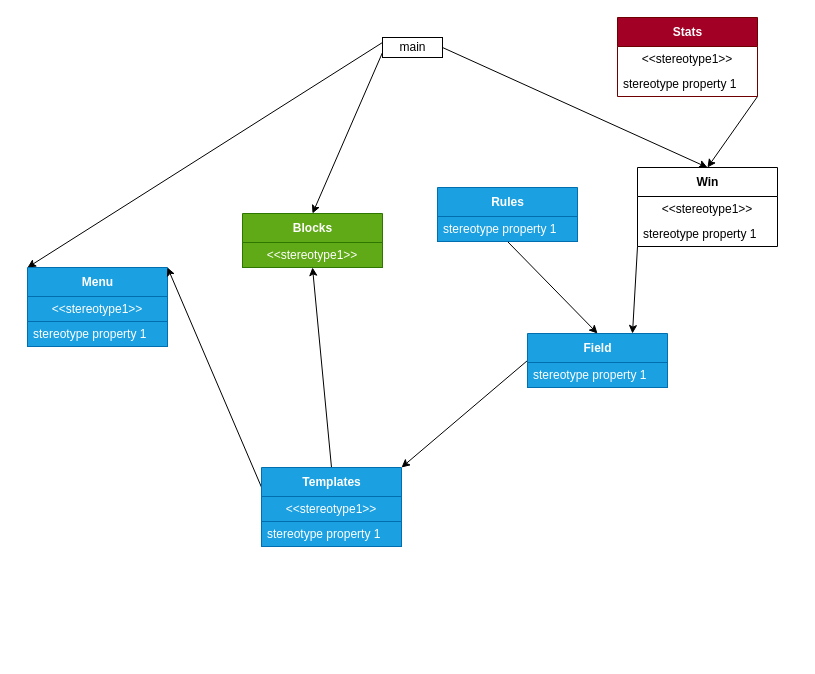
Earlier version of the draw.io diagram UML/uml.drawio (lucaladerer/MondrianBlocksProject). Source tidied: cells renumbered, new cells numbered last; positions are measured from the earlier drawing's top-left corner, leaving out a move shared by most shapes. Both pictures are drawn from the tidied source at 100%, with x=0, y=0 at pixel (27, 17).
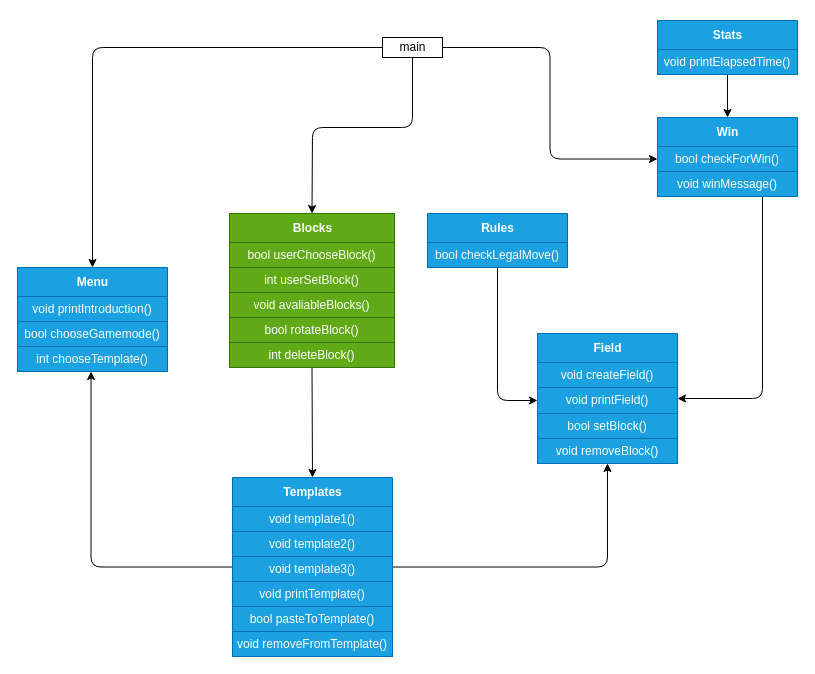
The same page after the edit.

Unchanged cells that the change refers to:
```xml
<mxCell id="4" value="main" style="html=1;" parent="1" vertex="1">
  <mxGeometry x="355" y="20" width="60" height="20" as="geometry" />
</mxCell>
```

Change to the diagram source:
```diff
@@
-    <mxCell id="2" style="edgeStyle=none;html=1;exitX=1;exitY=0.5;exitDx=0;exitDy=0;entryX=0.5;entryY=0;entryDx=0;entryDy=0;" parent="1" edge="1" source="4" target="15">
-      <mxGeometry relative="1" as="geometry" />
-    </mxCell>
-    <mxCell id="3" style="edgeStyle=none;html=1;exitX=0;exitY=0.25;exitDx=0;exitDy=0;entryX=0;entryY=0;entryDx=0;entryDy=0;" parent="1" edge="1" source="4" target="8">
+    <mxCell id="3" style="edgeStyle=orthogonalEdgeStyle;html=1;exitX=0;exitY=0.5;exitDx=0;exitDy=0;" parent="1" edge="1" source="4" target="8">
       <mxGeometry relative="1" as="geometry" />
     </mxCell>
+    <mxCell id="30" style="edgeStyle=orthogonalEdgeStyle;html=1;exitX=1;exitY=0.5;exitDx=0;exitDy=0;entryX=0;entryY=0.5;entryDx=0;entryDy=0;" parent="1" edge="1" source="4" target="48">
+      <mxGeometry relative="1" as="geometry" />
+    </mxCell>
@@
-    <mxCell id="5" style="edgeStyle=none;html=1;exitX=0;exitY=0.5;exitDx=0;exitDy=0;entryX=1;entryY=0;entryDx=0;entryDy=0;" parent="1" edge="1" source="6" target="20">
-      <mxGeometry relative="1" as="geometry" />
-    </mxCell>
     <mxCell id="6" value="Field" style="swimlane;fontStyle=1;align=center;verticalAlign=middle;horizontal=1;startSize=29;html=1;fillColor=#1ba1e2;fontColor=#ffffff;strokeColor=#006EAF;" parent="1" vertex="1">
-      <mxGeometry x="500" y="316" width="140" height="54" as="geometry" />
+      <mxGeometry x="510" y="316" width="140" height="130" as="geometry" />
     </mxCell>
-    <mxCell id="7" value="stereotype property 1" style="text;html=1;strokeColor=#006EAF;fillColor=#1ba1e2;align=left;verticalAlign=middle;spacingLeft=4;spacingRight=4;overflow=hidden;fontColor=#ffffff;" parent="6" vertex="1">
+    <mxCell id="7" value="void&amp;nbsp;createField()" style="text;html=1;strokeColor=#006EAF;fillColor=#1ba1e2;align=center;verticalAlign=middle;spacingLeft=4;spacingRight=4;overflow=hidden;fontColor=#ffffff;" parent="6" vertex="1">
       <mxGeometry y="29" width="140" height="25" as="geometry" />
     </mxCell>
+    <mxCell id="31" value="void&amp;nbsp;printField()" style="text;html=1;strokeColor=#006EAF;fillColor=#1ba1e2;align=center;verticalAlign=middle;spacingLeft=4;spacingRight=4;overflow=hidden;points=[[0,0.5],[1,0.5]];portConstraint=eastwest;fontColor=#ffffff;" parent="6" vertex="1">
+      <mxGeometry y="54" width="140" height="26" as="geometry" />
+    </mxCell>
+    <mxCell id="32" value="bool setBlock()" style="text;html=1;strokeColor=#006EAF;fillColor=#1ba1e2;align=center;verticalAlign=middle;spacingLeft=4;spacingRight=4;overflow=hidden;fontColor=#ffffff;" parent="6" vertex="1">
+      <mxGeometry y="80" width="140" height="25" as="geometry" />
+    </mxCell>
+    <mxCell id="33" value="void removeBlock()" style="text;html=1;strokeColor=#006EAF;fillColor=#1ba1e2;align=center;verticalAlign=middle;spacingLeft=4;spacingRight=4;overflow=hidden;fontColor=#ffffff;" parent="6" vertex="1">
+      <mxGeometry y="105" width="140" height="25" as="geometry" />
+    </mxCell>
     <mxCell id="8" value="Menu" style="swimlane;fontStyle=1;align=center;verticalAlign=middle;horizontal=1;startSize=29;html=1;fillColor=#1ba1e2;fontColor=#ffffff;strokeColor=#006EAF;" parent="1" vertex="1">
-      <mxGeometry y="250" width="140" height="79" as="geometry" />
+      <mxGeometry x="-10" y="250" width="150" height="104" as="geometry" />
     </mxCell>
-    <mxCell id="9" value="&amp;lt;&amp;lt;stereotype1&amp;gt;&amp;gt;" style="text;html=1;strokeColor=#006EAF;fillColor=#1ba1e2;align=center;verticalAlign=middle;spacingLeft=4;spacingRight=4;overflow=hidden;fontColor=#ffffff;" parent="8" vertex="1">
-      <mxGeometry y="29" width="140" height="25" as="geometry" />
+    <mxCell id="9" value="void&amp;nbsp;printIntroduction()" style="text;html=1;strokeColor=#006EAF;fillColor=#1ba1e2;align=center;verticalAlign=middle;spacingLeft=4;spacingRight=4;overflow=hidden;fontColor=#ffffff;" parent="8" vertex="1">
+      <mxGeometry y="29" width="150" height="25" as="geometry" />
     </mxCell>
-    <mxCell id="10" value="stereotype property 1" style="text;html=1;strokeColor=#006EAF;fillColor=#1ba1e2;align=left;verticalAlign=middle;spacingLeft=4;spacingRight=4;overflow=hidden;fontColor=#ffffff;" parent="8" vertex="1">
-      <mxGeometry y="54" width="140" height="25" as="geometry" />
+    <mxCell id="10" value="bool chooseGamemode()" style="text;html=1;strokeColor=#006EAF;fillColor=#1ba1e2;align=center;verticalAlign=middle;spacingLeft=4;spacingRight=4;overflow=hidden;fontColor=#ffffff;" parent="8" vertex="1">
+      <mxGeometry y="54" width="150" height="25" as="geometry" />
     </mxCell>
+    <mxCell id="34" value="int chooseTemplate()" style="text;html=1;strokeColor=#006EAF;fillColor=#1ba1e2;align=center;verticalAlign=middle;spacingLeft=4;spacingRight=4;overflow=hidden;points=[[0,0.5],[1,0.5]];portConstraint=eastwest;fontColor=#ffffff;" parent="8" vertex="1">
+      <mxGeometry y="79" width="150" height="25" as="geometry" />
+    </mxCell>
+    <mxCell id="35" style="edgeStyle=none;html=1;exitX=0.5;exitY=1;exitDx=0;exitDy=0;entryX=0.5;entryY=0;entryDx=0;entryDy=0;" parent="1" edge="1" source="11" target="20">
+      <mxGeometry relative="1" as="geometry" />
+    </mxCell>
     <mxCell id="11" value="Blocks" style="swimlane;fontStyle=1;align=center;verticalAlign=middle;horizontal=1;startSize=29;html=1;fillColor=#60a917;fontColor=#ffffff;strokeColor=#2D7600;" parent="1" vertex="1">
-      <mxGeometry x="215" y="196" width="140" height="54" as="geometry" />
+      <mxGeometry x="202" y="196" width="165" height="154" as="geometry" />
     </mxCell>
-    <mxCell id="12" value="&amp;lt;&amp;lt;stereotype1&amp;gt;&amp;gt;" style="text;html=1;strokeColor=#2D7600;fillColor=#60a917;align=center;verticalAlign=middle;spacingLeft=4;spacingRight=4;overflow=hidden;fontColor=#ffffff;" parent="11" vertex="1">
-      <mxGeometry y="29" width="140" height="25" as="geometry" />
+    <mxCell id="12" value="bool userChooseBlock()" style="text;html=1;strokeColor=#2D7600;fillColor=#60a917;align=center;verticalAlign=middle;spacingLeft=4;spacingRight=4;overflow=hidden;fontColor=#ffffff;" parent="11" vertex="1">
+      <mxGeometry y="29" width="165" height="25" as="geometry" />
     </mxCell>
+    <mxCell id="36" value="int userSetBlock()" style="text;html=1;strokeColor=#2D7600;fillColor=#60a917;align=center;verticalAlign=middle;spacingLeft=4;spacingRight=4;overflow=hidden;fontColor=#ffffff;" parent="11" vertex="1">
+      <mxGeometry y="54" width="165" height="25" as="geometry" />
+    </mxCell>
+    <mxCell id="37" value="void&amp;nbsp;avaliableBlocks()" style="text;html=1;strokeColor=#2D7600;fillColor=#60a917;align=center;verticalAlign=middle;spacingLeft=4;spacingRight=4;overflow=hidden;fontColor=#ffffff;" parent="11" vertex="1">
+      <mxGeometry y="79" width="165" height="25" as="geometry" />
+    </mxCell>
+    <mxCell id="38" value="bool rotateBlock()" style="text;html=1;strokeColor=#2D7600;fillColor=#60a917;align=center;verticalAlign=middle;spacingLeft=4;spacingRight=4;overflow=hidden;fontColor=#ffffff;" parent="11" vertex="1">
+      <mxGeometry y="104" width="165" height="25" as="geometry" />
+    </mxCell>
+    <mxCell id="39" value="int deleteBlock()" style="text;html=1;strokeColor=#2D7600;fillColor=#60a917;align=center;verticalAlign=middle;spacingLeft=4;spacingRight=4;overflow=hidden;fontColor=#ffffff;" parent="11" vertex="1">
+      <mxGeometry y="129" width="165" height="25" as="geometry" />
+    </mxCell>
-    <mxCell id="13" style="edgeStyle=none;html=1;exitX=0;exitY=0.75;exitDx=0;exitDy=0;entryX=0.5;entryY=0;entryDx=0;entryDy=0;" parent="1" edge="1" source="4" target="11">
-      <mxGeometry relative="1" as="geometry" />
+    <mxCell id="13" style="edgeStyle=none;html=1;entryX=0.5;entryY=0;entryDx=0;entryDy=0;exitX=0.5;exitY=1;exitDx=0;exitDy=0;" parent="1" edge="1" source="4" target="11">
+      <mxGeometry relative="1" as="geometry">
+        <Array as="points">
+          <mxPoint x="385" y="110" />
+          <mxPoint x="285" y="110" />
+        </Array>
+      </mxGeometry>
     </mxCell>
-    <mxCell id="14" style="edgeStyle=none;html=1;exitX=0;exitY=1;exitDx=0;exitDy=0;entryX=0.75;entryY=0;entryDx=0;entryDy=0;" parent="1" edge="1" source="15" target="6">
-      <mxGeometry relative="1" as="geometry" />
-    </mxCell>
-    <mxCell id="15" value="Win" style="swimlane;fontStyle=1;align=center;verticalAlign=middle;horizontal=1;startSize=29;html=1;" parent="1" vertex="1">
-      <mxGeometry x="610" y="150" width="140" height="79" as="geometry" />
-    </mxCell>
-    <mxCell id="16" value="&amp;lt;&amp;lt;stereotype1&amp;gt;&amp;gt;" style="text;html=1;strokeColor=none;fillColor=none;align=center;verticalAlign=middle;spacingLeft=4;spacingRight=4;overflow=hidden;" parent="15" vertex="1">
-      <mxGeometry y="29" width="140" height="25" as="geometry" />
-    </mxCell>
-    <mxCell id="17" value="stereotype property 1" style="text;html=1;strokeColor=none;fillColor=none;align=left;verticalAlign=middle;spacingLeft=4;spacingRight=4;overflow=hidden;" parent="15" vertex="1">
-      <mxGeometry y="54" width="140" height="25" as="geometry" />
-    </mxCell>
-    <mxCell id="18" style="edgeStyle=none;html=1;exitX=0;exitY=0.25;exitDx=0;exitDy=0;entryX=1;entryY=0;entryDx=0;entryDy=0;" parent="1" edge="1" source="20" target="8">
-      <mxGeometry relative="1" as="geometry" />
-    </mxCell>
-    <mxCell id="19" style="edgeStyle=none;html=1;exitX=0.5;exitY=0;exitDx=0;exitDy=0;entryX=0.5;entryY=1;entryDx=0;entryDy=0;" parent="1" edge="1" source="20" target="11">
-      <mxGeometry relative="1" as="geometry" />
-    </mxCell>
+    <mxCell id="40" style="edgeStyle=orthogonalEdgeStyle;html=1;exitX=1;exitY=0.5;exitDx=0;exitDy=0;entryX=0.5;entryY=1;entryDx=0;entryDy=0;" parent="1" edge="1" source="20" target="6">
+      <mxGeometry relative="1" as="geometry" />
+    </mxCell>
+    <mxCell id="41" style="edgeStyle=orthogonalEdgeStyle;html=1;exitX=0;exitY=0.5;exitDx=0;exitDy=0;entryX=0.49;entryY=1;entryDx=0;entryDy=0;entryPerimeter=0;" parent="1" edge="1" source="20" target="34">
+      <mxGeometry relative="1" as="geometry" />
+    </mxCell>
     <mxCell id="20" value="Templates" style="swimlane;fontStyle=1;align=center;verticalAlign=middle;horizontal=1;startSize=29;html=1;fillColor=#1ba1e2;fontColor=#ffffff;strokeColor=#006EAF;" parent="1" vertex="1">
-      <mxGeometry x="234" y="450" width="140" height="79" as="geometry" />
+      <mxGeometry x="205" y="460" width="160" height="179" as="geometry" />
     </mxCell>
-    <mxCell id="21" value="&amp;lt;&amp;lt;stereotype1&amp;gt;&amp;gt;" style="text;html=1;strokeColor=#006EAF;fillColor=#1ba1e2;align=center;verticalAlign=middle;spacingLeft=4;spacingRight=4;overflow=hidden;fontColor=#ffffff;" parent="20" vertex="1">
-      <mxGeometry y="29" width="140" height="25" as="geometry" />
+    <mxCell id="21" value="void template1()" style="text;html=1;strokeColor=#006EAF;fillColor=#1ba1e2;align=center;verticalAlign=middle;spacingLeft=4;spacingRight=4;overflow=hidden;fontColor=#ffffff;" parent="20" vertex="1">
+      <mxGeometry y="29" width="160" height="25" as="geometry" />
     </mxCell>
-    <mxCell id="22" value="stereotype property 1" style="text;html=1;strokeColor=#006EAF;fillColor=#1ba1e2;align=left;verticalAlign=middle;spacingLeft=4;spacingRight=4;overflow=hidden;fontColor=#ffffff;" parent="20" vertex="1">
-      <mxGeometry y="54" width="140" height="25" as="geometry" />
+    <mxCell id="22" value="void&amp;nbsp;template2()" style="text;html=1;strokeColor=#006EAF;fillColor=#1ba1e2;align=center;verticalAlign=middle;spacingLeft=4;spacingRight=4;overflow=hidden;fontColor=#ffffff;" parent="20" vertex="1">
+      <mxGeometry y="54" width="160" height="25" as="geometry" />
     </mxCell>
+    <mxCell id="42" value="void&amp;nbsp;template3()" style="text;html=1;strokeColor=#006EAF;fillColor=#1ba1e2;align=center;verticalAlign=middle;spacingLeft=4;spacingRight=4;overflow=hidden;fontColor=#ffffff;" parent="20" vertex="1">
+      <mxGeometry y="79" width="160" height="25" as="geometry" />
+    </mxCell>
+    <mxCell id="43" value="void&amp;nbsp;printTemplate()" style="text;html=1;strokeColor=#006EAF;fillColor=#1ba1e2;align=center;verticalAlign=middle;spacingLeft=4;spacingRight=4;overflow=hidden;fontColor=#ffffff;" parent="20" vertex="1">
+      <mxGeometry y="104" width="160" height="25" as="geometry" />
+    </mxCell>
+    <mxCell id="44" value="bool pasteToTemplate()" style="text;html=1;strokeColor=#006EAF;fillColor=#1ba1e2;align=center;verticalAlign=middle;spacingLeft=4;spacingRight=4;overflow=hidden;fontColor=#ffffff;" parent="20" vertex="1">
+      <mxGeometry y="129" width="160" height="25" as="geometry" />
+    </mxCell>
+    <mxCell id="45" value="void&amp;nbsp;removeFromTemplate()" style="text;html=1;strokeColor=#006EAF;fillColor=#1ba1e2;align=center;verticalAlign=middle;spacingLeft=4;spacingRight=4;overflow=hidden;fontColor=#ffffff;" parent="20" vertex="1">
+      <mxGeometry y="154" width="160" height="25" as="geometry" />
+    </mxCell>
+    <mxCell id="46" style="edgeStyle=orthogonalEdgeStyle;html=1;exitX=0.5;exitY=1;exitDx=0;exitDy=0;entryX=0;entryY=0.5;entryDx=0;entryDy=0;" parent="1" edge="1" source="28" target="31">
+      <mxGeometry relative="1" as="geometry" />
+    </mxCell>
+    <mxCell id="28" value="Rules" style="swimlane;fontStyle=1;align=center;verticalAlign=middle;horizontal=1;startSize=29;html=1;fillColor=#1ba1e2;fontColor=#ffffff;strokeColor=#006EAF;" parent="1" vertex="1">
+      <mxGeometry x="400" y="196" width="140" height="54" as="geometry" />
+    </mxCell>
+    <mxCell id="29" value="bool checkLegalMove()" style="text;html=1;strokeColor=#006EAF;fillColor=#1ba1e2;align=center;verticalAlign=middle;spacingLeft=4;spacingRight=4;overflow=hidden;fontColor=#ffffff;" parent="28" vertex="1">
+      <mxGeometry y="29" width="140" height="25" as="geometry" />
+    </mxCell>
-    <mxCell id="23" style="edgeStyle=none;html=1;exitX=1;exitY=1;exitDx=0;exitDy=0;entryX=0.5;entryY=0;entryDx=0;entryDy=0;" parent="1" edge="1" source="24" target="15">
+    <mxCell id="23" style="edgeStyle=orthogonalEdgeStyle;html=1;exitX=0.5;exitY=1;exitDx=0;exitDy=0;" parent="1" edge="1" source="24" target="15">
       <mxGeometry relative="1" as="geometry" />
     </mxCell>
-    <mxCell id="24" value="Stats" style="swimlane;fontStyle=1;align=center;verticalAlign=middle;horizontal=1;startSize=29;html=1;fillColor=#a20025;fontColor=#ffffff;strokeColor=#6F0000;" parent="1" vertex="1">
-      <mxGeometry x="590" width="140" height="79" as="geometry" />
+    <mxCell id="24" value="Stats" style="swimlane;fontStyle=1;align=center;verticalAlign=middle;horizontal=1;startSize=29;html=1;fillColor=#1ba1e2;fontColor=#ffffff;strokeColor=#006EAF;" parent="1" vertex="1">
+      <mxGeometry x="630" y="3" width="140" height="54" as="geometry" />
     </mxCell>
-    <mxCell id="25" value="&amp;lt;&amp;lt;stereotype1&amp;gt;&amp;gt;" style="text;html=1;strokeColor=none;fillColor=none;align=center;verticalAlign=middle;spacingLeft=4;spacingRight=4;overflow=hidden;" parent="24" vertex="1">
-      <mxGeometry y="29" width="140" height="25" as="geometry" />
-    </mxCell>
-    <mxCell id="26" value="stereotype property 1" style="text;html=1;strokeColor=none;fillColor=none;align=left;verticalAlign=middle;spacingLeft=4;spacingRight=4;overflow=hidden;" parent="24" vertex="1">
-      <mxGeometry y="54" width="140" height="25" as="geometry" />
-    </mxCell>
-    <mxCell id="27" style="edgeStyle=none;html=1;exitX=0.5;exitY=1;exitDx=0;exitDy=0;entryX=0.5;entryY=0;entryDx=0;entryDy=0;" parent="1" edge="1" source="28" target="6">
-      <mxGeometry relative="1" as="geometry" />
-    </mxCell>
-    <mxCell id="28" value="Rules" style="swimlane;fontStyle=1;align=center;verticalAlign=middle;horizontal=1;startSize=29;html=1;fillColor=#1ba1e2;fontColor=#ffffff;strokeColor=#006EAF;" parent="1" vertex="1">
-      <mxGeometry x="410" y="170" width="140" height="54" as="geometry" />
-    </mxCell>
-    <mxCell id="29" value="stereotype property 1" style="text;html=1;strokeColor=#006EAF;fillColor=#1ba1e2;align=left;verticalAlign=middle;spacingLeft=4;spacingRight=4;overflow=hidden;fontColor=#ffffff;" parent="28" vertex="1">
-      <mxGeometry y="29" width="140" height="25" as="geometry" />
-    </mxCell>
+    <mxCell id="47" value="void&amp;nbsp;printElapsedTime()" style="text;html=1;strokeColor=#006EAF;fillColor=#1ba1e2;align=center;verticalAlign=middle;spacingLeft=4;spacingRight=4;overflow=hidden;fontColor=#ffffff;" parent="24" vertex="1">
+      <mxGeometry y="29" width="140" height="25" as="geometry" />
+    </mxCell>
+    <mxCell id="14" style="edgeStyle=orthogonalEdgeStyle;html=1;exitX=0.75;exitY=1;exitDx=0;exitDy=0;entryX=1;entryY=0.5;entryDx=0;entryDy=0;" parent="1" edge="1" source="15" target="6">
+      <mxGeometry relative="1" as="geometry" />
+    </mxCell>
+    <mxCell id="15" value="Win" style="swimlane;fontStyle=1;align=center;verticalAlign=middle;horizontal=1;startSize=29;html=1;fillColor=#1ba1e2;fontColor=#ffffff;strokeColor=#006EAF;" parent="1" vertex="1">
+      <mxGeometry x="630" y="100" width="140" height="79" as="geometry" />
+    </mxCell>
+    <mxCell id="48" value="bool checkForWin()" style="text;html=1;strokeColor=#006EAF;fillColor=#1ba1e2;align=center;verticalAlign=middle;spacingLeft=4;spacingRight=4;overflow=hidden;points=[[0,0.5],[1,0.5]];portConstraint=eastwest;fontColor=#ffffff;" parent="15" vertex="1">
+      <mxGeometry y="29" width="140" height="25" as="geometry" />
+    </mxCell>
+    <mxCell id="49" value="void&amp;nbsp;winMessage()" style="text;html=1;strokeColor=#006EAF;fillColor=#1ba1e2;align=center;verticalAlign=middle;spacingLeft=4;spacingRight=4;overflow=hidden;fontColor=#ffffff;" parent="15" vertex="1">
+      <mxGeometry y="54" width="140" height="25" as="geometry" />
+    </mxCell>
```
